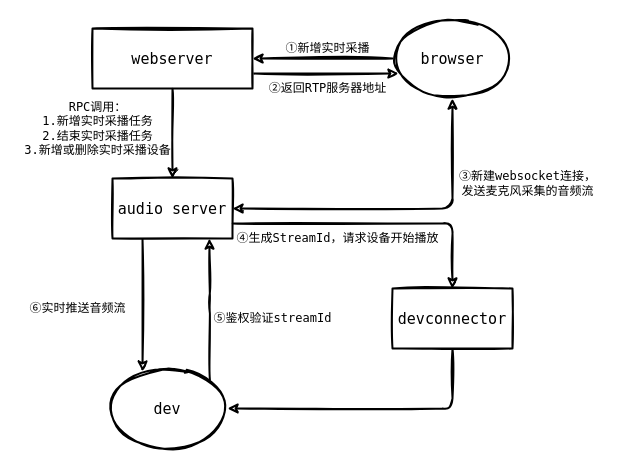
gongshiyun/drawio keeps this draw.io diagram as IPS-audio-server-real-time-sampling.drawio. Above is the earlier version. Source tidied: cells renumbered, new cells numbered last; positions are measured from the earlier drawing's top-left corner, leaving out a move shared by most shapes. Both pictures are drawn from the tidied source at 100%, with x=0, y=0 at pixel (17, 18).
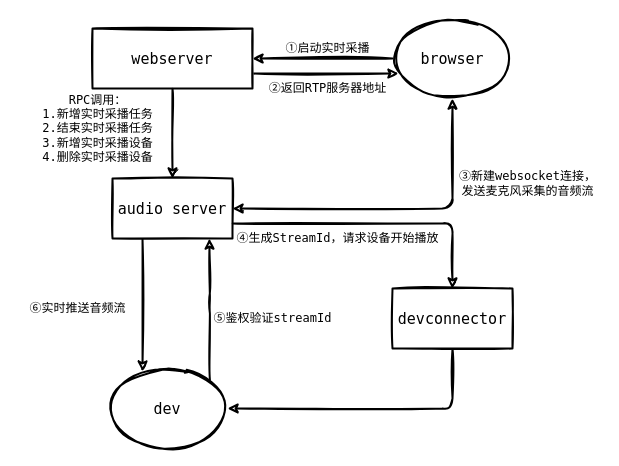
After the change.

Diff of the diagram source:
```diff
@@
-    <mxCell id="14" value="①新增实时采播" style="text;html=1;align=center;verticalAlign=middle;fontFamily=Lucida Console;strokeWidth=2;fontSize=12;sketch=1;" parent="1" vertex="1">
+    <mxCell id="14" value="①启动实时采播" style="text;html=1;align=center;verticalAlign=middle;fontFamily=Lucida Console;strokeWidth=2;fontSize=12;sketch=1;" parent="1" vertex="1">
       <mxGeometry x="260" y="20" width="100" height="20" as="geometry" />
     </mxCell>
@@
-    <mxCell id="21" value="RPC调用：&lt;br style=&quot;font-size: 12px;&quot;&gt;1.新增实时采播任务&lt;br style=&quot;font-size: 12px;&quot;&gt;2.结束实时采播任务&lt;br style=&quot;font-size: 12px;&quot;&gt;3.新增或删除实时采播设备" style="text;html=1;align=center;verticalAlign=middle;fontFamily=Lucida Console;strokeWidth=2;fontSize=12;sketch=1;" parent="1" vertex="1">
-      <mxGeometry y="80" width="160" height="60" as="geometry" />
+    <mxCell id="21" value="RPC调用：&lt;br style=&quot;font-size: 12px&quot;&gt;1.新增实时采播任务&lt;br style=&quot;font-size: 12px&quot;&gt;2.结束实时采播任务&lt;br style=&quot;font-size: 12px&quot;&gt;3.新增实时采播设备&lt;br&gt;4.删除实时采播设备" style="text;html=1;align=center;verticalAlign=middle;fontFamily=Lucida Console;strokeWidth=2;fontSize=12;sketch=1;" parent="1" vertex="1">
+      <mxGeometry x="15" y="70" width="130" height="80" as="geometry" />
     </mxCell>
```
